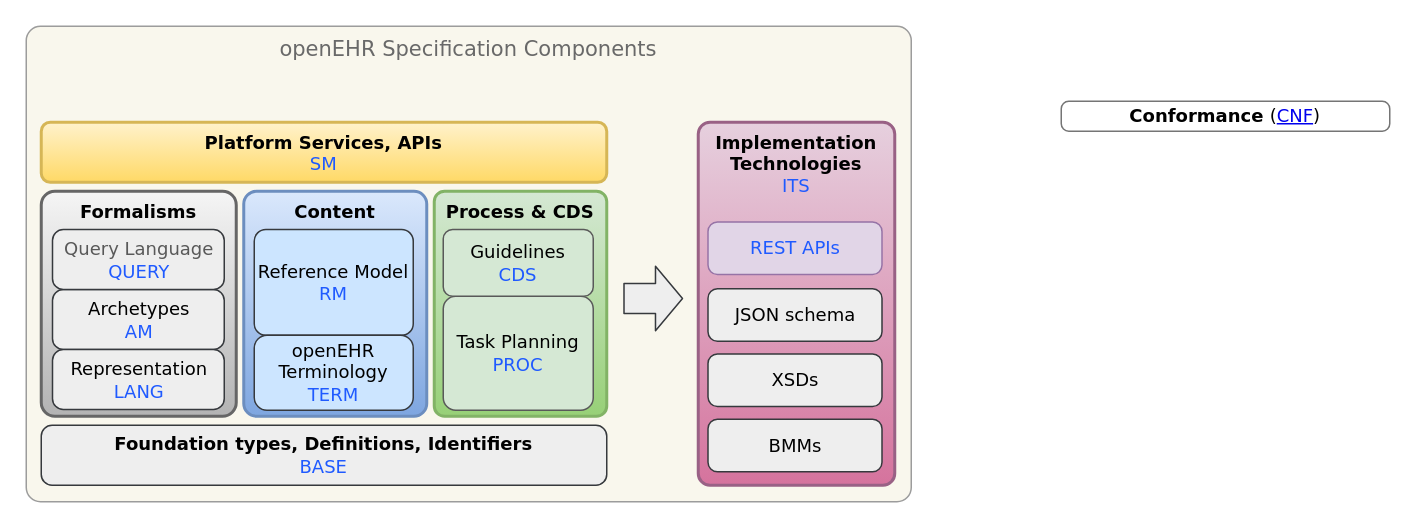
Earlier version of the draw.io diagram docs/diagrams/openehr_block_diagram-no_links.drawio (openEHR/specifications-AA_GLOBAL). Source tidied: cells renumbered, new cells numbered last; positions are measured from the earlier drawing's top-left corner, leaving out a move shared by most shapes. Both pictures are drawn from the tidied source at 150%, with x=0, y=0 at pixel (26, 26).
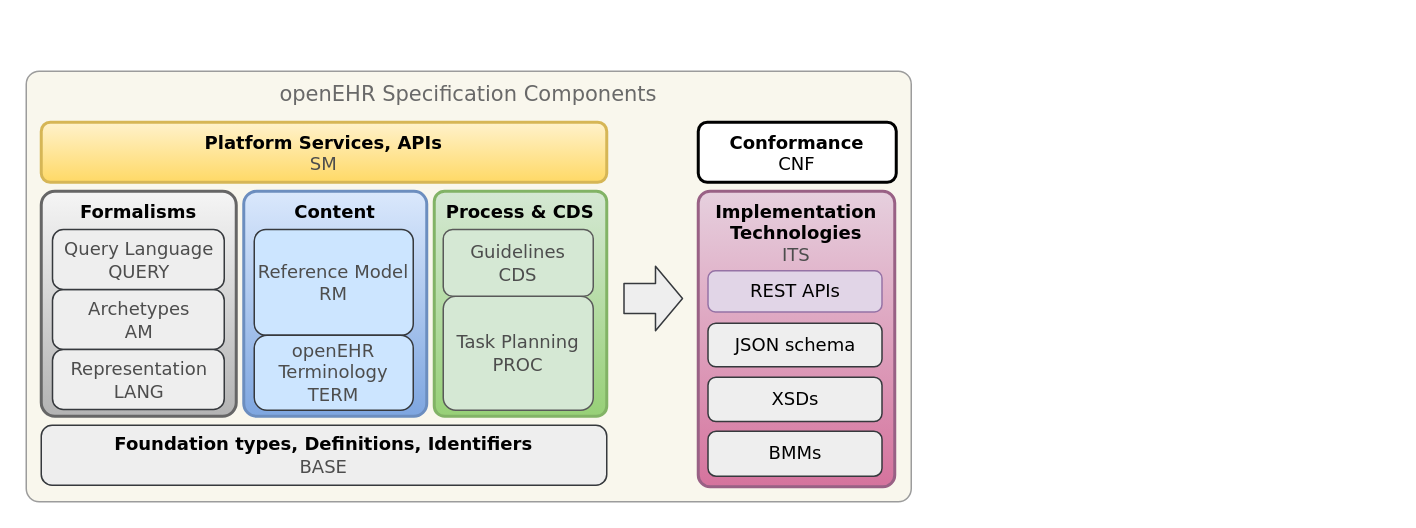
The same page after the edit.

Commit message (it also covers changes not shown here):
Add new block diagram variants

Change to the diagram source:
```diff
@@
     <mxCell id="2" value="&lt;font style=&quot;font-size: 14px;&quot;&gt;openEHR Specification Components&lt;/font&gt;" style="rounded=1;whiteSpace=wrap;html=1;glass=0;labelBackgroundColor=none;strokeWidth=1;fontFamily=Verdana;fontSize=14;align=center;shadow=0;comic=0;arcSize=3;fontStyle=0;verticalAlign=top;fillColor=#f9f7ed;strokeColor=#9C9C9C;fontColor=#696969;" parent="1" vertex="1">
-      <mxGeometry width="590" height="317" as="geometry" />
+      <mxGeometry y="30" width="590" height="287" as="geometry" />
     </mxCell>
@@
-    <mxCell id="6" value="Archetypes&lt;br style=&quot;font-size: 12px&quot;&gt;&lt;font color=&quot;#1f5aff&quot;&gt;AM&lt;/font&gt;" style="rounded=1;whiteSpace=wrap;html=1;glass=0;labelBackgroundColor=none;strokeColor=#36393d;strokeWidth=1;fillColor=#eeeeee;fontFamily=Verdana;fontSize=12;align=center;shadow=0;comic=0;arcSize=18;fontStyle=0;" parent="1" vertex="1">
+    <mxCell id="6" value="Archetypes&lt;br style=&quot;font-size: 12px&quot;&gt;&lt;font&gt;AM&lt;/font&gt;" style="rounded=1;whiteSpace=wrap;html=1;glass=0;labelBackgroundColor=none;strokeColor=#36393d;strokeWidth=1;fillColor=#eeeeee;fontFamily=Verdana;fontSize=12;align=center;shadow=0;comic=0;arcSize=18;fontStyle=0;fontColor=#4D4D4D;" parent="1" vertex="1">
       <mxGeometry x="17.5" y="175.5" width="114.5" height="40" as="geometry" />
     </mxCell>
-    <mxCell id="7" value="&lt;b&gt;Foundation types, Definitions, Identifiers&lt;/b&gt;&lt;br style=&quot;font-size: 12px&quot;&gt;&lt;font color=&quot;#1f5aff&quot;&gt;BASE&lt;/font&gt;" style="rounded=1;whiteSpace=wrap;html=1;glass=0;labelBackgroundColor=none;strokeColor=#36393d;strokeWidth=1;fillColor=#eeeeee;fontFamily=Verdana;fontSize=12;align=center;shadow=0;comic=0;arcSize=18;fontStyle=0;" parent="1" vertex="1">
+    <mxCell id="7" value="&lt;b&gt;Foundation types, Definitions, Identifiers&lt;/b&gt;&lt;br style=&quot;font-size: 12px&quot;&gt;&lt;font color=&quot;#4d4d4d&quot;&gt;BASE&lt;/font&gt;" style="rounded=1;whiteSpace=wrap;html=1;glass=0;labelBackgroundColor=none;strokeColor=#36393d;strokeWidth=1;fillColor=#eeeeee;fontFamily=Verdana;fontSize=12;align=center;shadow=0;comic=0;arcSize=18;fontStyle=0;" parent="1" vertex="1">
       <mxGeometry x="10" y="266" width="377" height="40" as="geometry" />
     </mxCell>
-    <mxCell id="8" value="&lt;b style=&quot;font-size: 12px&quot;&gt;Implementation Technologies&lt;br&gt;&lt;/b&gt;&lt;font color=&quot;#1f5aff&quot;&gt;ITS&lt;/font&gt;" style="rounded=1;whiteSpace=wrap;html=1;glass=0;labelBackgroundColor=none;strokeColor=#996185;strokeWidth=2;fillColor=#e6d0de;fontFamily=Verdana;fontSize=12;align=center;shadow=0;comic=0;arcSize=6;fontStyle=0;verticalAlign=top;gradientColor=#d5739d;" parent="1" vertex="1">
-      <mxGeometry x="448" y="64" width="131" height="242" as="geometry" />
+    <mxCell id="8" value="&lt;b style=&quot;font-size: 12px&quot;&gt;Implementation Technologies&lt;br&gt;&lt;/b&gt;&lt;font color=&quot;#4d4d4d&quot;&gt;ITS&lt;/font&gt;" style="rounded=1;whiteSpace=wrap;html=1;glass=0;labelBackgroundColor=none;strokeColor=#996185;strokeWidth=2;fillColor=#e6d0de;fontFamily=Verdana;fontSize=12;align=center;shadow=0;comic=0;arcSize=6;fontStyle=0;verticalAlign=top;gradientColor=#d5739d;" parent="1" vertex="1">
+      <mxGeometry x="448" y="110" width="131" height="197" as="geometry" />
     </mxCell>
-    <mxCell id="9" value="&lt;span style=&quot;font-size: 12px&quot;&gt;&lt;font color=&quot;#000000&quot;&gt;&lt;b&gt;Conformance &lt;/b&gt;(&lt;/font&gt;&lt;/span&gt;&lt;a href=&quot;https://specifications.openehr.org/releases/CNF/latest/index&quot;&gt;CNF&lt;/a&gt;&lt;span style=&quot;font-size: 12px&quot;&gt;&lt;font color=&quot;#000000&quot;&gt;)&lt;/font&gt;&lt;/span&gt;" style="rounded=1;whiteSpace=wrap;html=1;glass=0;labelBackgroundColor=none;strokeWidth=1;fontFamily=Verdana;fontSize=12;align=center;shadow=0;comic=0;arcSize=25;fontStyle=0;fontColor=#1F5AFF;strokeColor=#757575;" parent="1" vertex="1">
-      <mxGeometry x="690" y="50" width="219" height="20" as="geometry" />
-    </mxCell>
-    <mxCell id="10" value="Representation&lt;br style=&quot;font-size: 12px&quot;&gt;&lt;font color=&quot;#1f5aff&quot;&gt;LANG&lt;/font&gt;" style="rounded=1;whiteSpace=wrap;html=1;glass=0;labelBackgroundColor=none;strokeColor=#36393d;strokeWidth=1;fillColor=#eeeeee;fontFamily=Verdana;fontSize=12;align=center;shadow=0;comic=0;arcSize=18;fontStyle=0;" parent="1" vertex="1">
+    <mxCell id="10" value="Representation&lt;br style=&quot;font-size: 12px&quot;&gt;&lt;font&gt;LANG&lt;/font&gt;" style="rounded=1;whiteSpace=wrap;html=1;glass=0;labelBackgroundColor=none;strokeColor=#36393d;strokeWidth=1;fillColor=#eeeeee;fontFamily=Verdana;fontSize=12;align=center;shadow=0;comic=0;arcSize=18;fontStyle=0;fontColor=#4D4D4D;" parent="1" vertex="1">
       <mxGeometry x="17.5" y="215.5" width="114.5" height="40" as="geometry" />
     </mxCell>
-    <mxCell id="11" value="Task Planning&lt;br style=&quot;font-size: 12px&quot;&gt;&lt;span style=&quot;font-size: 12px&quot;&gt;&lt;font color=&quot;#1f5aff&quot;&gt;PROC&lt;/font&gt;&lt;/span&gt;" style="rounded=1;whiteSpace=wrap;html=1;glass=0;labelBackgroundColor=none;strokeColor=#595959;strokeWidth=1;fillColor=#d5e8d4;fontFamily=Verdana;fontSize=12;align=center;shadow=0;comic=0;arcSize=11;fontStyle=0;" parent="1" vertex="1">
+    <mxCell id="11" value="Task Planning&lt;br style=&quot;font-size: 12px&quot;&gt;&lt;span style=&quot;font-size: 12px&quot;&gt;&lt;font&gt;PROC&lt;/font&gt;&lt;/span&gt;" style="rounded=1;whiteSpace=wrap;html=1;glass=0;labelBackgroundColor=none;strokeColor=#595959;strokeWidth=1;fillColor=#d5e8d4;fontFamily=Verdana;fontSize=12;align=center;shadow=0;comic=0;arcSize=11;fontStyle=0;fontColor=#4D4D4D;" parent="1" vertex="1">
       <mxGeometry x="278" y="180" width="100" height="76" as="geometry" />
     </mxCell>
@@
-    <mxCell id="13" value="REST APIs" style="rounded=1;whiteSpace=wrap;html=1;glass=0;labelBackgroundColor=none;strokeColor=#9673a6;strokeWidth=1;fillColor=#e1d5e7;fontFamily=Verdana;fontSize=12;align=center;shadow=0;comic=0;arcSize=18;fontStyle=0;fontColor=#1F5AFF;" parent="1" vertex="1">
-      <mxGeometry x="454.5" y="130.5" width="116" height="35" as="geometry" />
+    <mxCell id="13" value="REST APIs" style="rounded=1;whiteSpace=wrap;html=1;glass=0;labelBackgroundColor=none;strokeColor=#9673a6;strokeWidth=1;fillColor=#e1d5e7;fontFamily=Verdana;fontSize=12;align=center;shadow=0;comic=0;arcSize=18;fontStyle=0;fontColor=#000000;" parent="1" vertex="1">
+      <mxGeometry x="454.5" y="163" width="116" height="27.5" as="geometry" />
     </mxCell>
     <mxCell id="14" value="JSON schema" style="rounded=1;whiteSpace=wrap;html=1;glass=0;labelBackgroundColor=none;strokeColor=#36393d;strokeWidth=1;fillColor=#eeeeee;fontFamily=Verdana;fontSize=12;align=center;shadow=0;comic=0;arcSize=18;fontStyle=0;" parent="1" vertex="1">
-      <mxGeometry x="454.5" y="175" width="116" height="35" as="geometry" />
+      <mxGeometry x="454.5" y="198" width="116" height="29" as="geometry" />
     </mxCell>
     <mxCell id="15" value="XSDs" style="rounded=1;whiteSpace=wrap;html=1;glass=0;labelBackgroundColor=none;strokeColor=#36393d;strokeWidth=1;fillColor=#eeeeee;fontFamily=Verdana;fontSize=12;align=center;shadow=0;comic=0;arcSize=18;fontStyle=0;" parent="1" vertex="1">
-      <mxGeometry x="454.5" y="218.5" width="116" height="35" as="geometry" />
+      <mxGeometry x="454.5" y="234" width="116" height="29.5" as="geometry" />
     </mxCell>
     <mxCell id="16" value="BMMs" style="rounded=1;whiteSpace=wrap;html=1;glass=0;labelBackgroundColor=none;strokeColor=#36393d;strokeWidth=1;fillColor=#eeeeee;fontFamily=Verdana;fontSize=12;align=center;shadow=0;comic=0;arcSize=18;fontStyle=0;" parent="1" vertex="1">
-      <mxGeometry x="454.5" y="262" width="116" height="35" as="geometry" />
+      <mxGeometry x="454.5" y="270" width="116" height="30" as="geometry" />
     </mxCell>
-    <mxCell id="17" value="&lt;font color=&quot;#595959&quot;&gt;Query Language&lt;br style=&quot;font-size: 12px&quot;&gt;&lt;/font&gt;&lt;font color=&quot;#1f5aff&quot;&gt;QUERY&lt;/font&gt;" style="rounded=1;whiteSpace=wrap;html=1;glass=0;labelBackgroundColor=none;strokeColor=#36393d;strokeWidth=1;fillColor=#eeeeee;fontFamily=Verdana;fontSize=12;align=center;shadow=0;comic=0;arcSize=18;fontStyle=0;" parent="1" vertex="1">
+    <mxCell id="17" value="&lt;font&gt;Query Language&lt;br style=&quot;font-size: 12px&quot;&gt;&lt;/font&gt;&lt;font&gt;QUERY&lt;/font&gt;" style="rounded=1;whiteSpace=wrap;html=1;glass=0;labelBackgroundColor=none;strokeColor=#36393d;strokeWidth=1;fillColor=#eeeeee;fontFamily=Verdana;fontSize=12;align=center;shadow=0;comic=0;arcSize=18;fontStyle=0;fontColor=#4D4D4D;" parent="1" vertex="1">
       <mxGeometry x="17.5" y="135.5" width="114.5" height="40" as="geometry" />
     </mxCell>
-    <mxCell id="18" value="Reference Model &lt;span style=&quot;font-size: 12px&quot;&gt;&lt;font color=&quot;#1f5aff&quot;&gt;RM&lt;/font&gt;&lt;/span&gt;" style="rounded=1;whiteSpace=wrap;html=1;glass=0;labelBackgroundColor=none;strokeColor=#36393d;strokeWidth=1;fillColor=#cce5ff;fontFamily=Verdana;fontSize=12;align=center;shadow=0;comic=0;arcSize=11;fontStyle=0;" parent="1" vertex="1">
+    <mxCell id="18" value="Reference Model &lt;span style=&quot;font-size: 12px&quot;&gt;&lt;font&gt;RM&lt;/font&gt;&lt;/span&gt;" style="rounded=1;whiteSpace=wrap;html=1;glass=0;labelBackgroundColor=none;strokeColor=#36393d;strokeWidth=1;fillColor=#cce5ff;fontFamily=Verdana;fontSize=12;align=center;shadow=0;comic=0;arcSize=11;fontStyle=0;fontColor=#4D4D4D;" parent="1" vertex="1">
       <mxGeometry x="152" y="135.5" width="106" height="70.5" as="geometry" />
     </mxCell>
-    <mxCell id="19" value="Platform Services, APIs&lt;br&gt;&lt;font color=&quot;#1f5aff&quot; style=&quot;font-weight: 400&quot;&gt;SM&lt;/font&gt;&lt;span style=&quot;font-weight: normal ; font-size: 12px&quot;&gt;&lt;br style=&quot;font-size: 12px&quot;&gt;&lt;/span&gt;" style="rounded=1;whiteSpace=wrap;html=1;glass=0;labelBackgroundColor=none;strokeColor=#d6b656;strokeWidth=2;fillColor=#fff2cc;fontFamily=Verdana;fontSize=12;align=center;shadow=0;comic=0;arcSize=15;fontStyle=1;rotation=0;gradientColor=#ffd966;verticalAlign=top;" parent="1" vertex="1">
+    <mxCell id="19" value="Platform Services, APIs&lt;br&gt;&lt;font style=&quot;font-weight: 400&quot; color=&quot;#4d4d4d&quot;&gt;SM&lt;/font&gt;&lt;span style=&quot;font-weight: normal ; font-size: 12px&quot;&gt;&lt;br style=&quot;font-size: 12px&quot;&gt;&lt;/span&gt;" style="rounded=1;whiteSpace=wrap;html=1;glass=0;labelBackgroundColor=none;strokeColor=#d6b656;strokeWidth=2;fillColor=#fff2cc;fontFamily=Verdana;fontSize=12;align=center;shadow=0;comic=0;arcSize=15;fontStyle=1;rotation=0;gradientColor=#ffd966;verticalAlign=top;" parent="1" vertex="1">
       <mxGeometry x="10" y="64" width="377" height="40" as="geometry" />
     </mxCell>
-    <mxCell id="20" value="Guidelines&lt;br style=&quot;font-size: 12px&quot;&gt;&lt;span style=&quot;font-size: 12px&quot;&gt;&lt;font color=&quot;#1f5aff&quot;&gt;CDS&lt;/font&gt;&lt;/span&gt;" style="rounded=1;whiteSpace=wrap;html=1;glass=0;labelBackgroundColor=none;strokeColor=#595959;strokeWidth=1;fillColor=#d5e8d4;fontFamily=Verdana;fontSize=12;align=center;shadow=0;comic=0;arcSize=14;fontStyle=0;" parent="1" vertex="1">
+    <mxCell id="20" value="Guidelines&lt;br style=&quot;font-size: 12px&quot;&gt;&lt;span style=&quot;font-size: 12px&quot;&gt;&lt;font&gt;CDS&lt;/font&gt;&lt;/span&gt;" style="rounded=1;whiteSpace=wrap;html=1;glass=0;labelBackgroundColor=none;strokeColor=#595959;strokeWidth=1;fillColor=#d5e8d4;fontFamily=Verdana;fontSize=12;align=center;shadow=0;comic=0;arcSize=14;fontStyle=0;fontColor=#4D4D4D;" parent="1" vertex="1">
       <mxGeometry x="278" y="135.5" width="100" height="44.5" as="geometry" />
     </mxCell>
-    <mxCell id="21" value="&lt;span style=&quot;font-family: &amp;#34;verdana&amp;#34;&quot;&gt;openEHR Terminology&lt;br&gt;&lt;/span&gt;&lt;span style=&quot;font-family: &amp;#34;verdana&amp;#34;&quot;&gt;&lt;font color=&quot;#1f5aff&quot;&gt;TERM&lt;/font&gt;&lt;/span&gt;" style="rounded=1;whiteSpace=wrap;html=1;glass=0;labelBackgroundColor=none;strokeColor=#36393d;strokeWidth=1;fillColor=#cce5ff;fontFamily=Verdana;fontSize=12;align=center;shadow=0;comic=0;arcSize=17;fontStyle=0;" parent="1" vertex="1">
+    <mxCell id="21" value="&lt;span style=&quot;font-family: &amp;quot;verdana&amp;quot;&quot;&gt;openEHR Terminology&lt;br&gt;&lt;/span&gt;&lt;span style=&quot;font-family: &amp;quot;verdana&amp;quot;&quot;&gt;&lt;font&gt;TERM&lt;/font&gt;&lt;/span&gt;" style="rounded=1;whiteSpace=wrap;html=1;glass=0;labelBackgroundColor=none;strokeColor=#36393d;strokeWidth=1;fillColor=#cce5ff;fontFamily=Verdana;fontSize=12;align=center;shadow=0;comic=0;arcSize=17;fontStyle=0;fontColor=#4D4D4D;" parent="1" vertex="1">
       <mxGeometry x="152" y="206" width="106" height="50" as="geometry" />
     </mxCell>
+    <mxCell id="22" value="&lt;font&gt;Conformance&lt;br&gt;&lt;/font&gt;&lt;span style=&quot;font-weight: normal ; font-size: 12px&quot;&gt;CNF&lt;br style=&quot;font-size: 12px&quot;&gt;&lt;/span&gt;" style="rounded=1;whiteSpace=wrap;html=1;glass=0;labelBackgroundColor=none;strokeWidth=2;fontFamily=Verdana;fontSize=12;align=center;shadow=0;comic=0;arcSize=15;fontStyle=1;rotation=0;verticalAlign=top;" parent="1" vertex="1">
+      <mxGeometry x="448" y="64" width="132" height="40" as="geometry" />
+    </mxCell>
```
